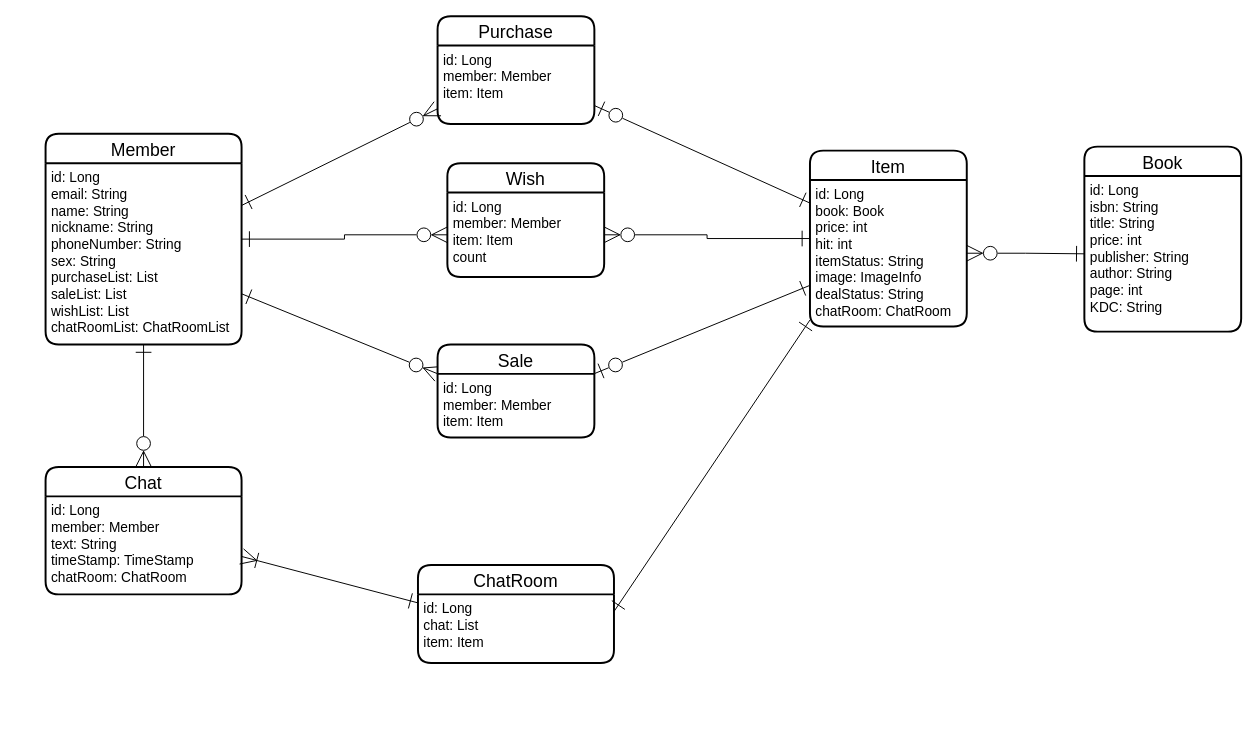
babybeb/users-used-book-store keeps this draw.io diagram as documents/Entity_Relationship_Diagram.drawio. Above is the earlier version. Source tidied: cells renumbered, new cells numbered last; positions are measured from the earlier drawing's top-left corner, leaving out a move shared by most shapes. Both pictures are drawn from the tidied source at 98%, with x=0, y=0 at pixel (45, 16).
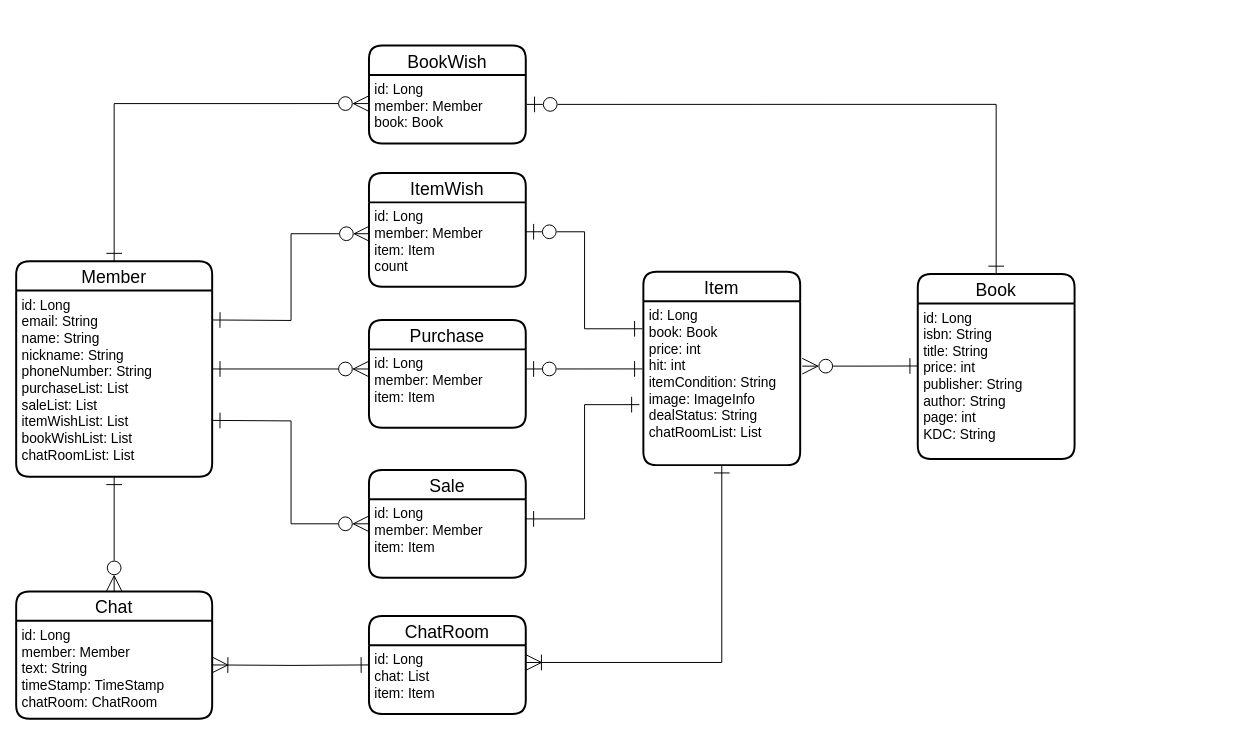
The same diagram, later.

Commit message (it also covers changes not shown here):
Fix Domain_Model_Diagram, Entity_Relationship_Diagram

The change refers to these unchanged cells:
```xml
<mxCell id="23" value="id: Long&#10;isbn: String&#10;title: String&#10;price: int&#10;publisher: String&#10;author: String&#10;page: int&#10;KDC: String&#10;&#10;" style="align=left;strokeColor=none;fillColor=none;spacingLeft=4;fontSize=14;verticalAlign=top;" parent="22" vertex="1">
  <mxGeometry y="30" width="160" height="158.8" as="geometry" />
</mxCell>
```

Diff of the diagram source:
```diff
@@
-    <mxCell id="2" style="rounded=0;jettySize=auto;html=1;fontSize=30;endArrow=ERzeroToMany;endFill=0;endSize=14;startArrow=ERone;startFill=0;startSize=14;" parent="1" edge="1" source="13" target="14">
-      <mxGeometry relative="1" as="geometry" />
-    </mxCell>
-    <mxCell id="3" style="rounded=0;jettySize=auto;html=1;fontSize=30;endArrow=ERzeroToMany;endFill=0;endSize=14;startArrow=ERone;startFill=0;startSize=14;" parent="1" edge="1" source="13" target="17">
-      <mxGeometry relative="1" as="geometry" />
-    </mxCell>
@@
-    <mxCell id="5" style="edgeStyle=orthogonalEdgeStyle;rounded=0;jettySize=auto;html=1;fontSize=30;startArrow=ERone;startFill=0;endArrow=ERzeroToMany;endFill=0;startSize=14;endSize=14;" parent="1" edge="1" source="12" target="19">
+    <mxCell id="5" style="edgeStyle=orthogonalEdgeStyle;rounded=0;jettySize=auto;html=1;fontSize=30;startArrow=ERone;startFill=0;endArrow=ERzeroToMany;endFill=0;startSize=14;endSize=14;entryX=0;entryY=0.25;entryDx=0;entryDy=0;" parent="1" edge="1" source="12" target="15">
       <mxGeometry relative="1" as="geometry" />
     </mxCell>
-    <mxCell id="6" style="rounded=0;jettySize=auto;html=1;fontSize=30;startArrow=ERzeroToOne;startFill=0;endArrow=ERone;endFill=0;startSize=14;endSize=14;" parent="1" edge="1" source="14" target="20">
-      <mxGeometry relative="1" as="geometry" />
-    </mxCell>
-    <mxCell id="7" style="rounded=0;jettySize=auto;html=1;fontSize=30;startArrow=ERzeroToOne;startFill=0;endArrow=ERone;endFill=0;startSize=14;endSize=14;" parent="1" edge="1" source="17" target="21">
-      <mxGeometry relative="1" as="geometry" />
-    </mxCell>
-    <mxCell id="8" style="edgeStyle=orthogonalEdgeStyle;rounded=0;jettySize=auto;html=1;fontSize=30;startArrow=ERzeroToMany;startFill=0;endArrow=ERone;endFill=0;startSize=14;endSize=14;" parent="1" edge="1" source="19" target="20">
+    <mxCell id="8" style="edgeStyle=orthogonalEdgeStyle;rounded=0;jettySize=auto;html=1;fontSize=30;startArrow=ERzeroToOne;startFill=0;endArrow=ERone;endFill=0;startSize=14;endSize=14;exitX=1;exitY=0.348;exitDx=0;exitDy=0;exitPerimeter=0;entryX=-0.006;entryY=0.168;entryDx=0;entryDy=0;entryPerimeter=0;" parent="1" edge="1" source="19" target="21">
       <mxGeometry relative="1" as="geometry" />
     </mxCell>
-    <mxCell id="9" style="edgeStyle=orthogonalEdgeStyle;rounded=0;jettySize=auto;html=1;fontSize=30;startArrow=ERzeroToMany;startFill=0;endArrow=ERone;endFill=0;startSize=14;endSize=14;" parent="1" edge="1" source="21" target="23">
+    <mxCell id="9" style="edgeStyle=orthogonalEdgeStyle;rounded=0;jettySize=auto;html=1;fontSize=30;startArrow=ERzeroToMany;startFill=0;endArrow=ERone;endFill=0;startSize=14;endSize=14;exitX=1.013;exitY=0.396;exitDx=0;exitDy=0;exitPerimeter=0;entryX=0;entryY=0.402;entryDx=0;entryDy=0;entryPerimeter=0;" parent="1" edge="1" source="21" target="23">
       <mxGeometry relative="1" as="geometry" />
     </mxCell>
-    <mxCell id="10" style="edgeStyle=none;rounded=0;jettySize=auto;html=1;fontSize=20;startArrow=ERone;startFill=0;endArrow=ERoneToMany;endFill=0;startSize=14;endSize=14;" parent="1" edge="1" source="27" target="24">
-      <mxGeometry relative="1" as="geometry" />
-    </mxCell>
-    <mxCell id="11" style="rounded=0;jettySize=auto;html=1;fontSize=14;endArrow=ERone;endFill=0;endSize=14;startSize=14;startArrow=ERone;startFill=0;exitX=1;exitY=0.25;exitDx=0;exitDy=0;" parent="1" edge="1" source="27">
-      <mxGeometry relative="1" as="geometry">
-        <mxPoint x="780" y="310" as="targetPoint" />
-      </mxGeometry>
-    </mxCell>
     <mxCell id="12" value="Member" style="swimlane;horizontal=1;startSize=30;rounded=1;fontSize=18;fontStyle=0;strokeWidth=2;shadow=0;dashed=0;align=center;" parent="1" vertex="1">
-      <mxGeometry y="120" width="200" height="215" as="geometry" />
+      <mxGeometry x="-30" y="250" width="200" height="220" as="geometry" />
     </mxCell>
-    <mxCell id="13" value="id: Long&#10;email: String&#10;name: String&#10;nickname: String&#10;phoneNumber: String &#10;sex: String&#10;purchaseList: List&#10;saleList: List&#10;wishList: List&#10;chatRoomList: ChatRoomList&#10;&#10;" style="align=left;strokeColor=none;fillColor=none;spacingLeft=4;fontSize=14;verticalAlign=top;" parent="12" vertex="1">
-      <mxGeometry y="30" width="200" height="185" as="geometry" />
+    <mxCell id="13" value="id: Long&#10;email: String&#10;name: String&#10;nickname: String&#10;phoneNumber: String &#10;purchaseList: List&#10;saleList: List&#10;itemWishList: List&#10;bookWishList: List&#10;chatRoomList: List&#10;&#10;" style="align=left;strokeColor=none;fillColor=none;spacingLeft=4;fontSize=14;verticalAlign=top;" parent="12" vertex="1">
+      <mxGeometry y="30" width="200" height="190" as="geometry" />
     </mxCell>
-    <mxCell id="14" value="Purchase" style="swimlane;horizontal=1;startSize=30;rounded=1;fontSize=18;fontStyle=0;strokeWidth=2;shadow=0;dashed=0;align=center;" parent="1" vertex="1">
-      <mxGeometry x="400" width="160" height="110" as="geometry" />
-    </mxCell>
-    <mxCell id="15" value="id: Long&#10;member: Member&#10;item: Item&#10;&#10;" style="align=left;strokeColor=none;fillColor=none;spacingLeft=4;fontSize=14;verticalAlign=top;" parent="14" vertex="1">
-      <mxGeometry y="30" width="160" height="80" as="geometry" />
-    </mxCell>
     <mxCell id="16" value="Sale" style="swimlane;horizontal=1;startSize=30;rounded=1;fontSize=18;fontStyle=0;strokeWidth=2;shadow=0;dashed=0;align=center;" parent="1" vertex="1">
-      <mxGeometry x="400" y="335" width="160" height="95" as="geometry" />
+      <mxGeometry x="330" y="463" width="160" height="110" as="geometry" />
     </mxCell>
     <mxCell id="17" value="id: Long&#10;member: Member&#10;item: Item&#10;&#10;" style="align=left;strokeColor=none;fillColor=none;spacingLeft=4;fontSize=14;verticalAlign=top;" parent="16" vertex="1">
-      <mxGeometry y="30" width="160" height="65" as="geometry" />
+      <mxGeometry y="30" width="160" height="80" as="geometry" />
     </mxCell>
-    <mxCell id="18" value="Wish" style="swimlane;horizontal=1;startSize=30;rounded=1;fontSize=18;fontStyle=0;strokeWidth=2;shadow=0;dashed=0;align=center;" parent="1" vertex="1">
-      <mxGeometry x="410" y="150" width="160" height="116.2" as="geometry" />
-    </mxCell>
-    <mxCell id="19" value="id: Long&#10;member: Member&#10;item: Item&#10;count" style="align=left;strokeColor=none;fillColor=none;spacingLeft=4;fontSize=14;verticalAlign=top;" parent="18" vertex="1">
-      <mxGeometry y="30" width="160" height="86.2" as="geometry" />
-    </mxCell>
     <mxCell id="20" value="Item" style="swimlane;horizontal=1;startSize=30;rounded=1;fontSize=18;fontStyle=0;strokeWidth=2;shadow=0;dashed=0;align=center;" parent="1" vertex="1">
-      <mxGeometry x="780" y="137.2" width="160" height="179.4" as="geometry" />
+      <mxGeometry x="610" y="260.9" width="160" height="197.2" as="geometry" />
     </mxCell>
-    <mxCell id="21" value="id: Long&#10;book: Book&#10;price: int&#10;hit: int&#10;itemStatus: String&#10;image: ImageInfo&#10;dealStatus: String&#10;chatRoom: ChatRoom&#10;&#10;" style="align=left;strokeColor=none;fillColor=none;spacingLeft=4;fontSize=14;verticalAlign=top;" parent="20" vertex="1">
-      <mxGeometry y="30" width="160" height="149.4" as="geometry" />
+    <mxCell id="21" value="id: Long&#10;book: Book&#10;price: int&#10;hit: int&#10;itemCondition: String&#10;image: ImageInfo&#10;dealStatus: String&#10;chatRoomList: List&#10;" style="align=left;strokeColor=none;fillColor=none;spacingLeft=4;fontSize=14;verticalAlign=top;" parent="20" vertex="1">
+      <mxGeometry y="30" width="160" height="167.2" as="geometry" />
     </mxCell>
     <mxCell id="22" value="Book" style="swimlane;horizontal=1;startSize=30;rounded=1;fontSize=18;fontStyle=0;strokeWidth=2;shadow=0;dashed=0;align=center;" parent="1" vertex="1">
-      <mxGeometry x="1060" y="133.1" width="160" height="188.8" as="geometry" />
+      <mxGeometry x="890" y="263.1" width="160" height="188.8" as="geometry" />
     </mxCell>
@@
     <mxCell id="24" value="Chat" style="swimlane;horizontal=1;startSize=30;rounded=1;fontSize=18;fontStyle=0;strokeWidth=2;shadow=0;dashed=0;align=center;" parent="1" vertex="1">
-      <mxGeometry y="460" width="200" height="130" as="geometry" />
+      <mxGeometry x="-30" y="587" width="200" height="130" as="geometry" />
     </mxCell>
@@
     <mxCell id="26" value="ChatRoom" style="swimlane;horizontal=1;startSize=30;rounded=1;fontSize=18;fontStyle=0;strokeWidth=2;shadow=0;dashed=0;align=center;" parent="1" vertex="1">
-      <mxGeometry x="380" y="560" width="200" height="100" as="geometry" />
+      <mxGeometry x="330" y="612" width="160" height="100" as="geometry" />
     </mxCell>
     <mxCell id="27" value="id: Long&#10;chat: List&#10;item: Item&#10;" style="align=left;strokeColor=none;fillColor=none;spacingLeft=4;fontSize=14;verticalAlign=top;" parent="26" vertex="1">
-      <mxGeometry y="30" width="200" height="70" as="geometry" />
+      <mxGeometry y="30" width="160" height="70" as="geometry" />
     </mxCell>
+    <mxCell id="28" style="edgeStyle=orthogonalEdgeStyle;rounded=0;jettySize=auto;html=1;fontSize=30;startArrow=ERone;startFill=0;endArrow=ERzeroToMany;endFill=0;startSize=14;endSize=14;entryX=0.006;entryY=0.371;entryDx=0;entryDy=0;entryPerimeter=0;" parent="1" edge="1" target="19">
+      <mxGeometry relative="1" as="geometry">
+        <mxPoint x="170" y="310" as="sourcePoint" />
+      </mxGeometry>
+    </mxCell>
+    <mxCell id="29" style="edgeStyle=orthogonalEdgeStyle;rounded=0;jettySize=auto;html=1;fontSize=30;startArrow=ERone;startFill=0;endArrow=ERzeroToMany;endFill=0;startSize=14;endSize=14;entryX=0;entryY=0.5;entryDx=0;entryDy=0;" parent="1" edge="1" target="16">
+      <mxGeometry relative="1" as="geometry">
+        <mxPoint x="170" y="412.5" as="sourcePoint" />
+      </mxGeometry>
+    </mxCell>
+    <mxCell id="30" style="edgeStyle=orthogonalEdgeStyle;rounded=0;jettySize=auto;html=1;fontSize=30;startArrow=ERoneToMany;startFill=0;endArrow=ERone;endFill=0;startSize=14;endSize=14;entryX=0;entryY=0.5;entryDx=0;entryDy=0;" parent="1" edge="1" target="26">
+      <mxGeometry relative="1" as="geometry">
+        <mxPoint x="170" y="662" as="sourcePoint" />
+      </mxGeometry>
+    </mxCell>
+    <mxCell id="31" style="edgeStyle=orthogonalEdgeStyle;rounded=0;jettySize=auto;html=1;fontSize=30;startArrow=ERone;startFill=0;endArrow=ERone;endFill=0;startSize=14;endSize=14;entryX=1;entryY=0.25;entryDx=0;entryDy=0;exitX=-0.025;exitY=0.631;exitDx=0;exitDy=0;exitPerimeter=0;" parent="1" edge="1" source="21" target="17">
+      <mxGeometry relative="1" as="geometry" />
+    </mxCell>
+    <mxCell id="32" style="edgeStyle=orthogonalEdgeStyle;rounded=0;jettySize=auto;html=1;fontSize=30;startArrow=ERoneToMany;startFill=0;endArrow=ERone;endFill=0;startSize=14;endSize=14;entryX=0.5;entryY=1;entryDx=0;entryDy=0;exitX=1;exitY=0.25;exitDx=0;exitDy=0;" parent="1" edge="1" source="27" target="21">
+      <mxGeometry relative="1" as="geometry" />
+    </mxCell>
+    <mxCell id="33" value="BookWish" style="swimlane;horizontal=1;startSize=30;rounded=1;fontSize=18;fontStyle=0;strokeWidth=2;shadow=0;dashed=0;align=center;" parent="1" vertex="1">
+      <mxGeometry x="330" y="30" width="160" height="100" as="geometry" />
+    </mxCell>
+    <mxCell id="34" value="id: Long&#10;member: Member&#10;book: Book" style="align=left;strokeColor=none;fillColor=none;spacingLeft=4;fontSize=14;verticalAlign=top;" parent="33" vertex="1">
+      <mxGeometry y="30" width="160" height="70" as="geometry" />
+    </mxCell>
+    <mxCell id="35" style="edgeStyle=orthogonalEdgeStyle;rounded=0;jettySize=auto;html=1;fontSize=30;startArrow=ERone;startFill=0;endArrow=ERzeroToMany;endFill=0;startSize=14;endSize=14;entryX=0;entryY=0.417;entryDx=0;entryDy=0;exitX=0.5;exitY=0;exitDx=0;exitDy=0;entryPerimeter=0;" parent="1" edge="1" source="12" target="34">
+      <mxGeometry relative="1" as="geometry" />
+    </mxCell>
+    <mxCell id="36" style="edgeStyle=orthogonalEdgeStyle;rounded=0;jettySize=auto;html=1;fontSize=30;startArrow=ERone;startFill=0;endArrow=ERzeroToOne;endFill=0;startSize=14;endSize=14;entryX=1.006;entryY=0.429;entryDx=0;entryDy=0;exitX=0.5;exitY=0;exitDx=0;exitDy=0;entryPerimeter=0;" parent="1" edge="1" source="22" target="34">
+      <mxGeometry relative="1" as="geometry" />
+    </mxCell>
+    <mxCell id="37" value="ItemWish" style="swimlane;horizontal=1;startSize=30;rounded=1;fontSize=18;fontStyle=0;strokeWidth=2;shadow=0;dashed=0;align=center;" parent="1" vertex="1">
+      <mxGeometry x="330" y="160" width="160" height="116.2" as="geometry" />
+    </mxCell>
+    <mxCell id="19" value="id: Long&#10;member: Member&#10;item: Item&#10;count" style="align=left;strokeColor=none;fillColor=none;spacingLeft=4;fontSize=14;verticalAlign=top;" parent="37" vertex="1">
+      <mxGeometry y="30" width="160" height="86.2" as="geometry" />
+    </mxCell>
+    <mxCell id="14" value="Purchase" style="swimlane;horizontal=1;startSize=30;rounded=1;fontSize=18;fontStyle=0;strokeWidth=2;shadow=0;dashed=0;align=center;" parent="1" vertex="1">
+      <mxGeometry x="330" y="310" width="160" height="110" as="geometry" />
+    </mxCell>
+    <mxCell id="15" value="id: Long&#10;member: Member&#10;item: Item&#10;&#10;" style="align=left;strokeColor=none;fillColor=none;spacingLeft=4;fontSize=14;verticalAlign=top;" parent="14" vertex="1">
+      <mxGeometry y="30" width="160" height="80" as="geometry" />
+    </mxCell>
+    <mxCell id="38" style="edgeStyle=orthogonalEdgeStyle;rounded=0;jettySize=auto;html=1;fontSize=30;startArrow=ERzeroToOne;startFill=0;endArrow=ERone;endFill=0;startSize=14;endSize=14;exitX=1;exitY=0.25;exitDx=0;exitDy=0;entryX=-0.006;entryY=0.413;entryDx=0;entryDy=0;entryPerimeter=0;" parent="1" edge="1" source="15" target="21">
+      <mxGeometry relative="1" as="geometry" />
+    </mxCell>
```
